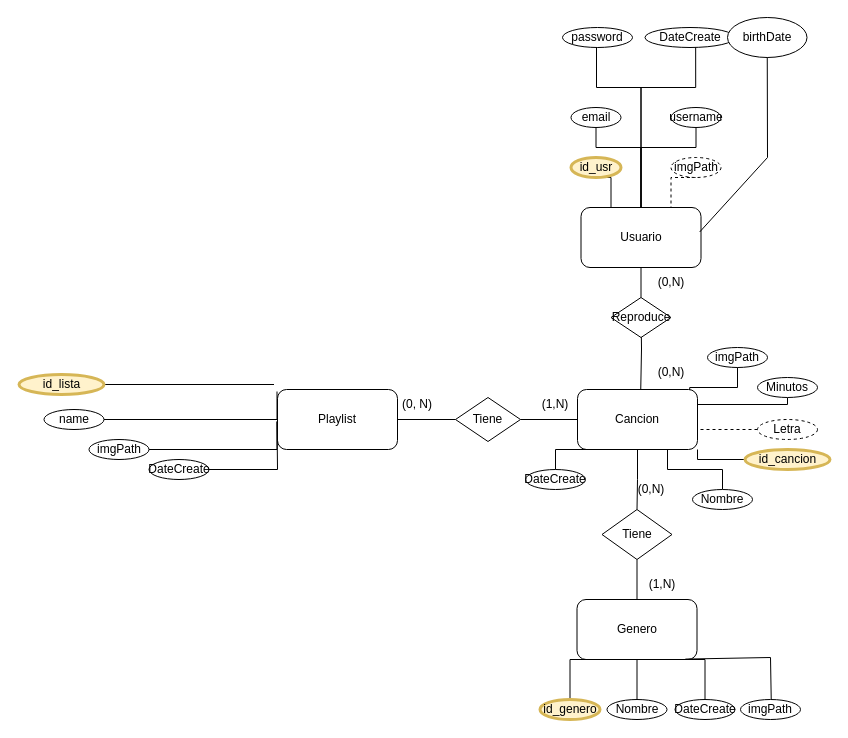
The draw.io diagram docs/DB/SoundE.drawio in ainhoamr24/Practicas, before the edit. Source tidied: cells renumbered, new cells numbered last; positions are measured from the earlier drawing's top-left corner, leaving out a move shared by most shapes. Both pictures are drawn from the tidied source at 100%, with x=0, y=0 at pixel (19, 17).
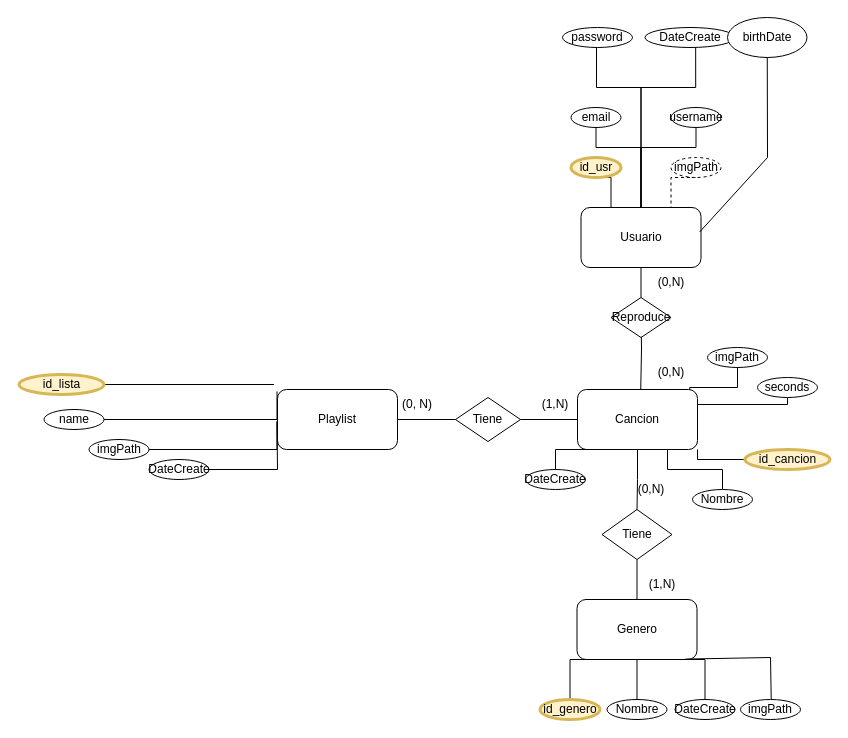
The same page after the edit.

Commit message (it also covers changes not shown here):
Actualizado sql y drawio (#95)

The edit, as a diff of the source:
```diff
@@
-    <mxCell id="25" style="edgeStyle=orthogonalEdgeStyle;rounded=0;jettySize=auto;html=1;entryX=1;entryY=1;entryDx=0;entryDy=0;endArrow=none;endFill=0;dashed=1;exitX=0;exitY=0.5;exitDx=0;exitDy=0;" parent="1" edge="1" source="26">
-      <mxGeometry relative="1" as="geometry">
-        <mxPoint x="678" y="417" as="targetPoint" />
-        <Array as="points">
-          <mxPoint x="678" y="412" />
-        </Array>
-      </mxGeometry>
-    </mxCell>
-    <mxCell id="26" value="Letra" style="ellipse;whiteSpace=wrap;html=1;strokeWidth=1;dashed=1;" parent="1" vertex="1">
-      <mxGeometry x="738" y="402" width="60" height="20" as="geometry" />
-    </mxCell>
@@
-    <mxCell id="31" value="Minutos" style="ellipse;whiteSpace=wrap;html=1;strokeWidth=1;" parent="1" vertex="1">
+    <mxCell id="31" value="seconds" style="ellipse;whiteSpace=wrap;html=1;strokeWidth=1;" parent="1" vertex="1">
       <mxGeometry x="738" y="360" width="60" height="20" as="geometry" />
     </mxCell>
```
